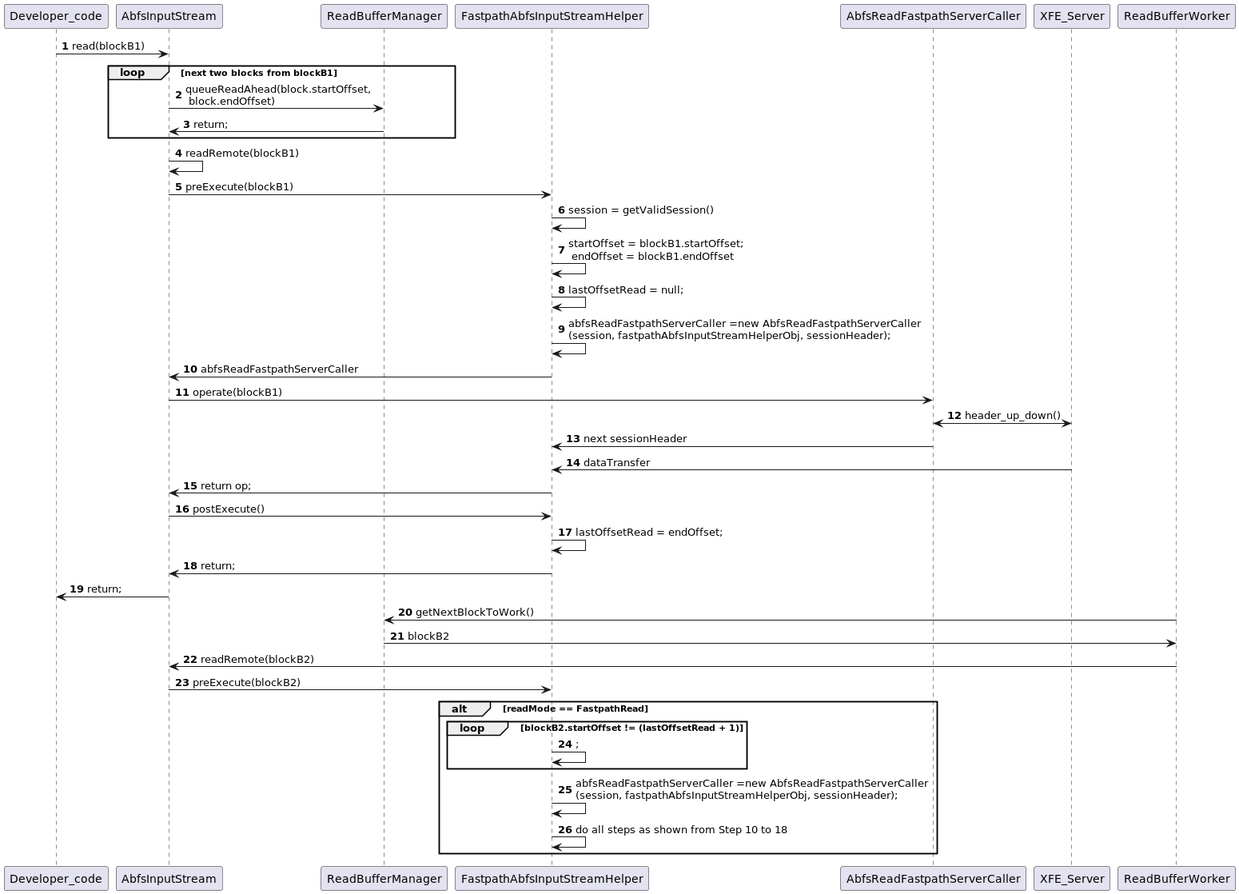
Earlier version of the PlantUML export hadoop-tools/hadoop-azure/src/main/resources/diagrams/FastpathRestPreFetch.png (pranavsaxena-microsoft/hadoop). Its diagram source:
```plantuml
@startuml

autonumber

Developer_code -> AbfsInputStream: read(blockB1)
loop next two blocks from blockB1
AbfsInputStream -> ReadBufferManager: queueReadAhead(block.startOffset,\n block.endOffset)
ReadBufferManager -> AbfsInputStream: return;
end
AbfsInputStream -> AbfsInputStream: readRemote(blockB1)
AbfsInputStream -> FastpathAbfsInputStreamHelper: preExecute(blockB1)
FastpathAbfsInputStreamHelper -> FastpathAbfsInputStreamHelper: session = getValidSession()
FastpathAbfsInputStreamHelper -> FastpathAbfsInputStreamHelper: startOffset = blockB1.startOffset;\n endOffset = blockB1.endOffset
FastpathAbfsInputStreamHelper -> FastpathAbfsInputStreamHelper: lastOffsetRead = null;
FastpathAbfsInputStreamHelper -> FastpathAbfsInputStreamHelper: abfsReadFastpathServerCaller =new AbfsReadFastpathServerCaller\n(session, fastpathAbfsInputStreamHelperObj, sessionHeader);
FastpathAbfsInputStreamHelper -> AbfsInputStream: abfsReadFastpathServerCaller
AbfsInputStream -> AbfsReadFastpathServerCaller: operate(blockB1)
AbfsReadFastpathServerCaller <-> XFE_Server: header_up_down()
AbfsReadFastpathServerCaller -> FastpathAbfsInputStreamHelper: next sessionHeader
FastpathAbfsInputStreamHelper <- XFE_Server: dataTransfer
FastpathAbfsInputStreamHelper -> AbfsInputStream: return op;
AbfsInputStream -> FastpathAbfsInputStreamHelper: postExecute()
FastpathAbfsInputStreamHelper -> FastpathAbfsInputStreamHelper: lastOffsetRead = endOffset;
FastpathAbfsInputStreamHelper -> AbfsInputStream: return;
AbfsInputStream -> Developer_code: return;
ReadBufferWorker -> ReadBufferManager: getNextBlockToWork()
ReadBufferManager -> ReadBufferWorker: blockB2
ReadBufferWorker -> AbfsInputStream: readRemote(blockB2)
AbfsInputStream -> FastpathAbfsInputStreamHelper: preExecute(blockB2)
alt readMode == FastpathRead
loop blockB2.startOffset != (lastOffsetRead + 1)
FastpathAbfsInputStreamHelper -> FastpathAbfsInputStreamHelper:;
end
FastpathAbfsInputStreamHelper -> FastpathAbfsInputStreamHelper: abfsReadFastpathServerCaller =new AbfsReadFastpathServerCaller\n(session, fastpathAbfsInputStreamHelperObj, sessionHeader);
FastpathAbfsInputStreamHelper -> FastpathAbfsInputStreamHelper: do all steps as shown from Step 10 to 18
end
@enduml
```
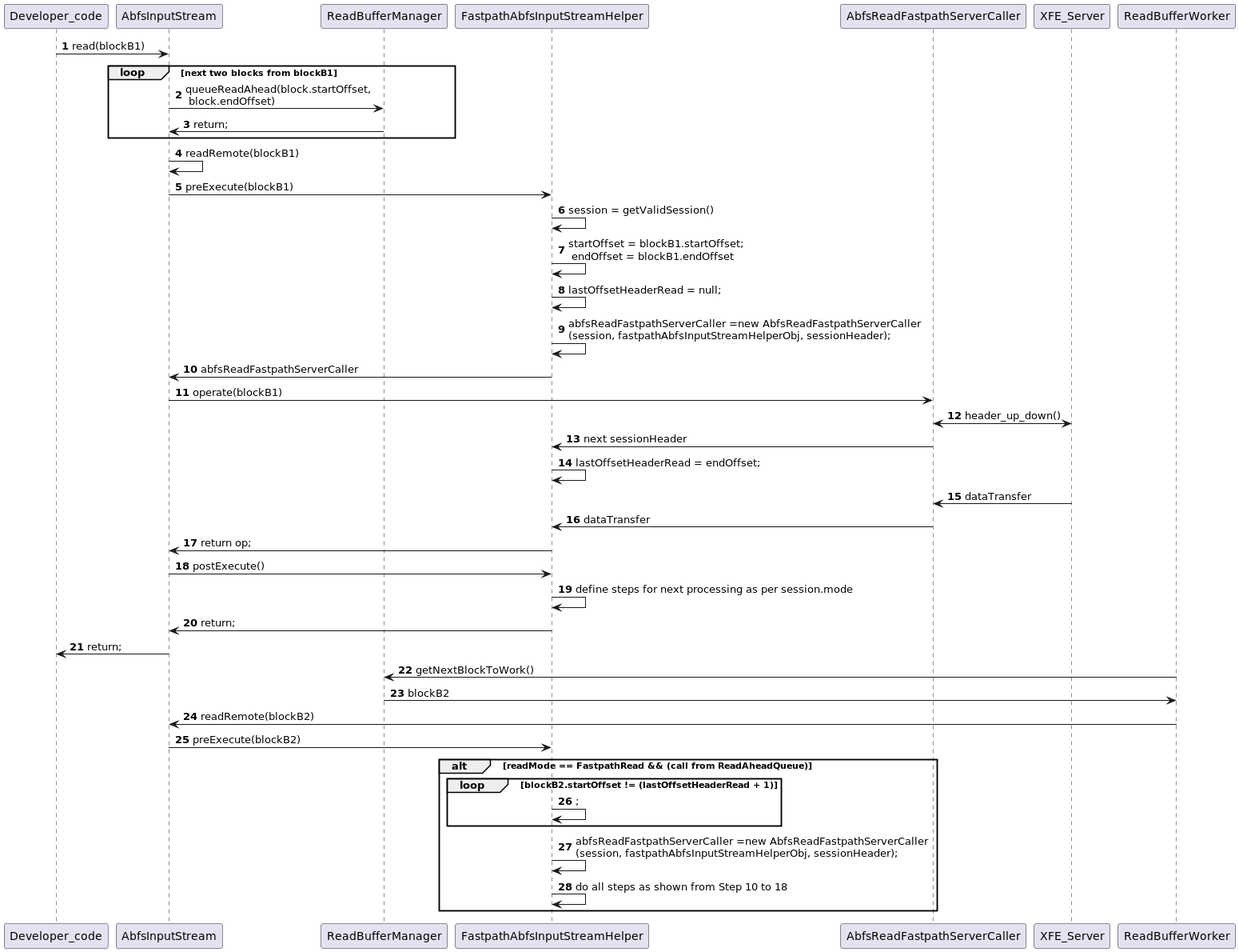
The same file after the commit.

Commit message:
refactor diagram fro fastpathRestPreFetch

Diff of the diagram source:
```diff
@@ -11,24 +11,26 @@
 AbfsInputStream -> FastpathAbfsInputStreamHelper: preExecute(blockB1)
 FastpathAbfsInputStreamHelper -> FastpathAbfsInputStreamHelper: session = getValidSession()
 FastpathAbfsInputStreamHelper -> FastpathAbfsInputStreamHelper: startOffset = blockB1.startOffset;\n endOffset = blockB1.endOffset
-FastpathAbfsInputStreamHelper -> FastpathAbfsInputStreamHelper: lastOffsetRead = null;
+FastpathAbfsInputStreamHelper -> FastpathAbfsInputStreamHelper: lastOffsetHeaderRead = null;
 FastpathAbfsInputStreamHelper -> FastpathAbfsInputStreamHelper: abfsReadFastpathServerCaller =new AbfsReadFastpathServerCaller\n(session, fastpathAbfsInputStreamHelperObj, sessionHeader);
 FastpathAbfsInputStreamHelper -> AbfsInputStream: abfsReadFastpathServerCaller
 AbfsInputStream -> AbfsReadFastpathServerCaller: operate(blockB1)
 AbfsReadFastpathServerCaller <-> XFE_Server: header_up_down()
 AbfsReadFastpathServerCaller -> FastpathAbfsInputStreamHelper: next sessionHeader
-FastpathAbfsInputStreamHelper <- XFE_Server: dataTransfer
+FastpathAbfsInputStreamHelper -> FastpathAbfsInputStreamHelper: lastOffsetHeaderRead = endOffset;
+AbfsReadFastpathServerCaller <- XFE_Server: dataTransfer
+FastpathAbfsInputStreamHelper <- AbfsReadFastpathServerCaller: dataTransfer
 FastpathAbfsInputStreamHelper -> AbfsInputStream: return op;
 AbfsInputStream -> FastpathAbfsInputStreamHelper: postExecute()
-FastpathAbfsInputStreamHelper -> FastpathAbfsInputStreamHelper: lastOffsetRead = endOffset;
+FastpathAbfsInputStreamHelper -> FastpathAbfsInputStreamHelper:define steps for next processing as per session.mode
 FastpathAbfsInputStreamHelper -> AbfsInputStream: return;
 AbfsInputStream -> Developer_code: return;
 ReadBufferWorker -> ReadBufferManager: getNextBlockToWork()
 ReadBufferManager -> ReadBufferWorker: blockB2
 ReadBufferWorker -> AbfsInputStream: readRemote(blockB2)
 AbfsInputStream -> FastpathAbfsInputStreamHelper: preExecute(blockB2)
-alt readMode == FastpathRead
-loop blockB2.startOffset != (lastOffsetRead + 1)
+alt readMode == FastpathRead && (call from ReadAheadQueue)
+loop blockB2.startOffset != (lastOffsetHeaderRead + 1)
 FastpathAbfsInputStreamHelper -> FastpathAbfsInputStreamHelper:;
 end
 FastpathAbfsInputStreamHelper -> FastpathAbfsInputStreamHelper: abfsReadFastpathServerCaller =new AbfsReadFastpathServerCaller\n(session, fastpathAbfsInputStreamHelperObj, sessionHeader);
```
